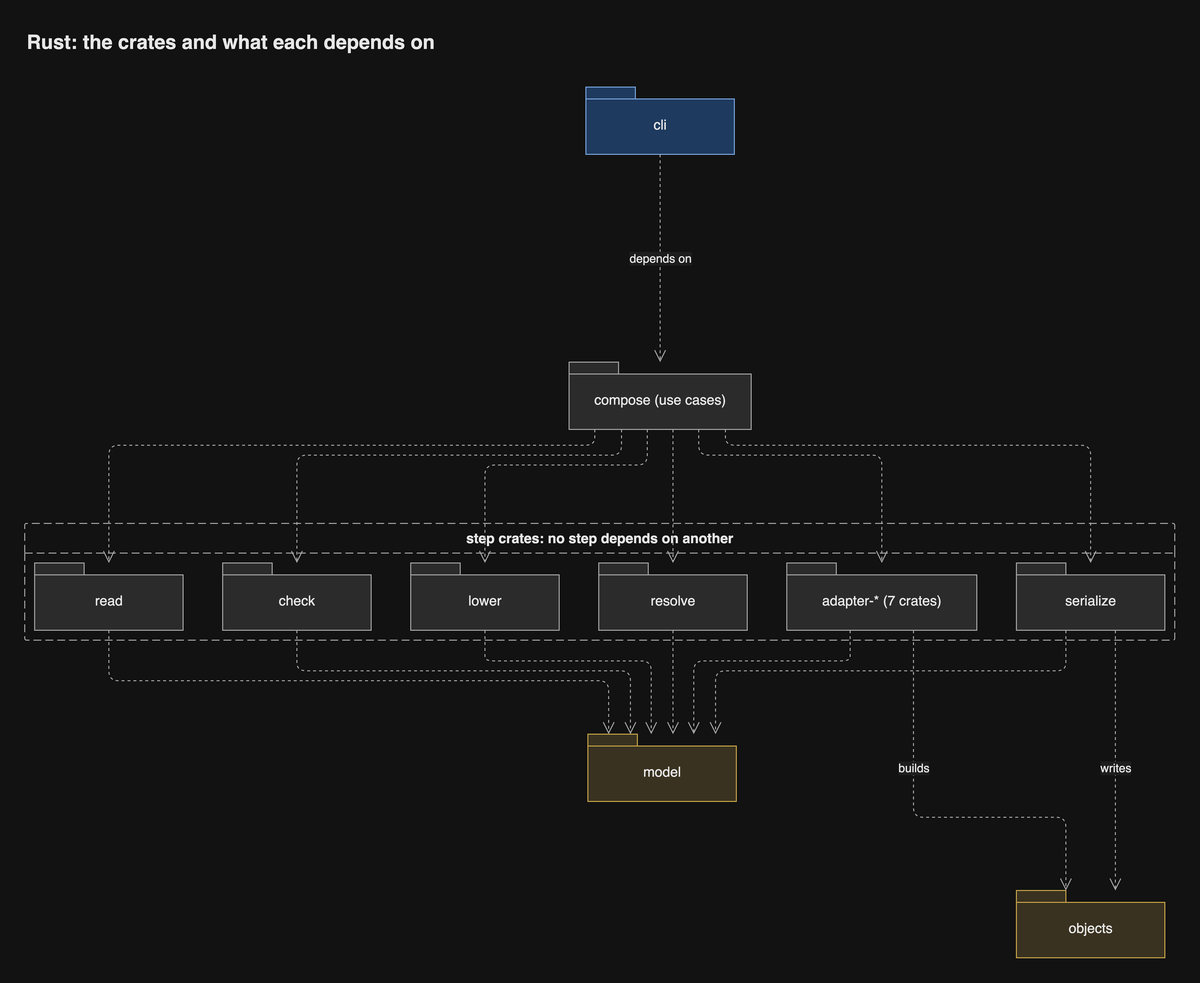
Earlier version of the draw.io export docs/diagrams/png/rust-crates.png (JorisJonkers-dev/estate-kit). Source tidied: cells renumbered, new cells last; positions are measured from the earlier drawing's top-left corner, leaving out a move shared by most shapes.
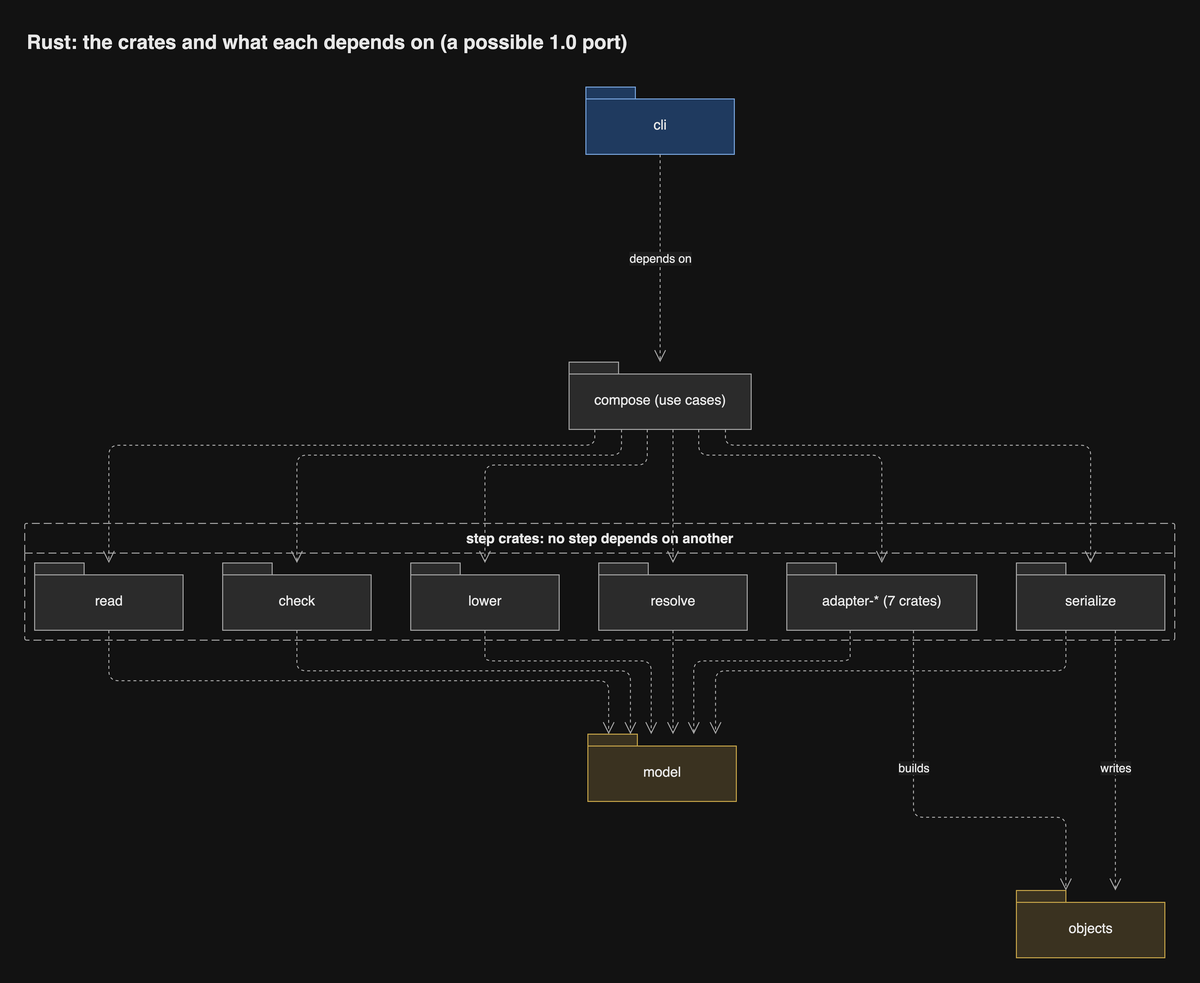
Above is the later version.

Diff of the diagram source:
```diff
@@ -164,7 +164,7 @@
         <mxPoint y="7.5" as="offset" />
       </mxGeometry>
     </mxCell>
-    <mxCell id="28" value="Rust: the crates and what each depends on" style="text;html=1;whiteSpace=wrap;align=left;verticalAlign=middle;fontSize=20;fontStyle=1;fontColor=light-dark(#1a1a1a,#e8e8e8);fontFamily=Helvetica;" parent="1" vertex="1">
+    <mxCell id="28" value="Rust: the crates and what each depends on (a possible 1.0 port)" style="text;html=1;whiteSpace=wrap;align=left;verticalAlign=middle;fontSize=20;fontStyle=1;fontColor=light-dark(#1a1a1a,#e8e8e8);fontFamily=Helvetica;" parent="1" vertex="1">
       <mxGeometry width="1162" height="36" as="geometry" />
     </mxCell>
   </root>
```
